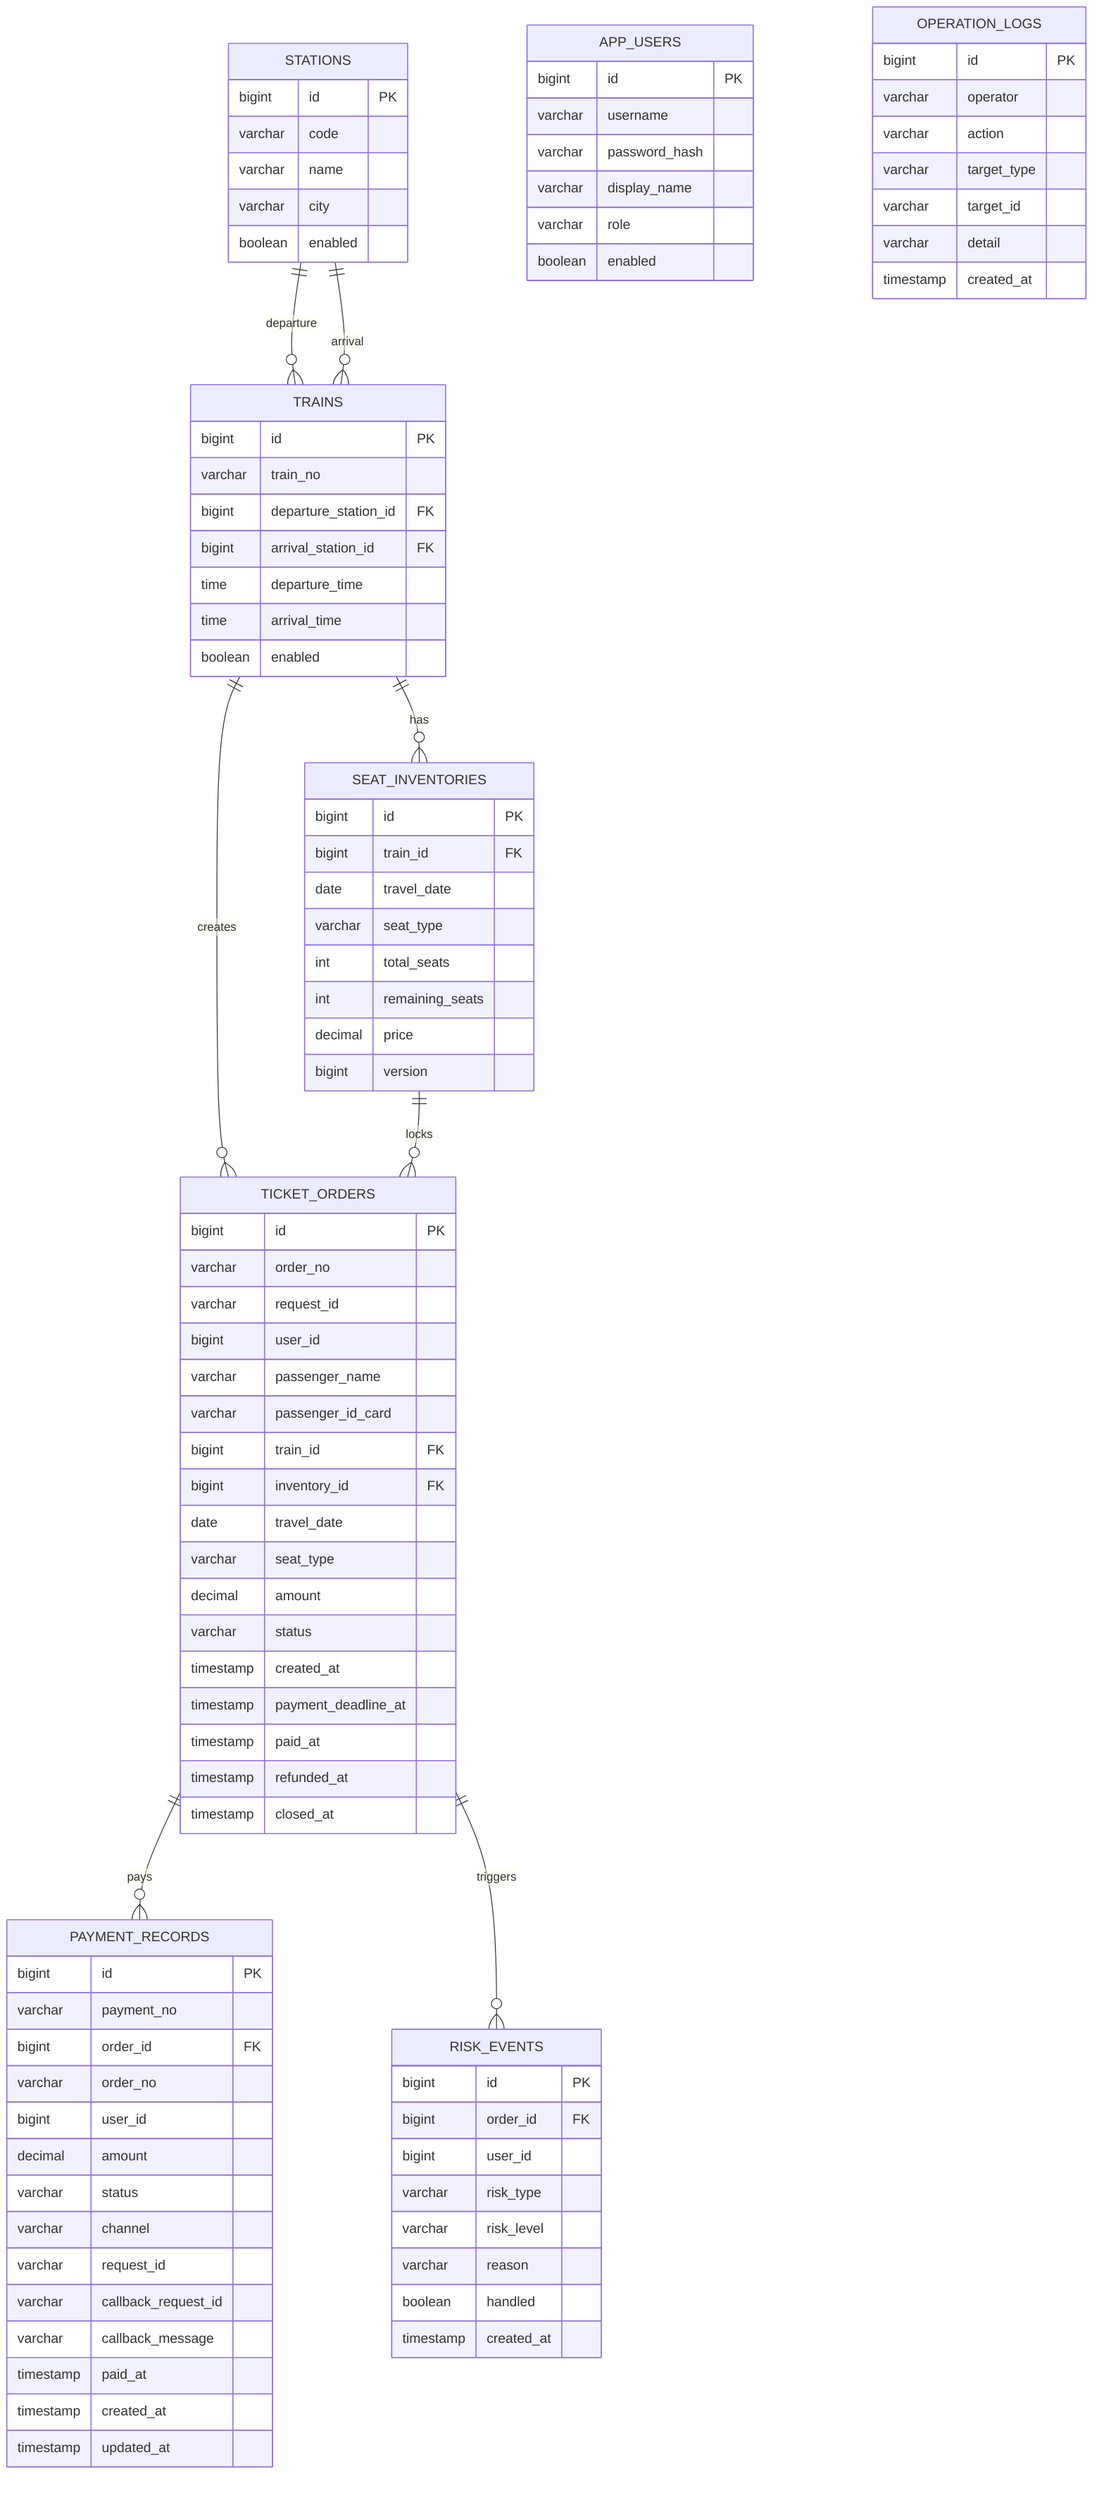
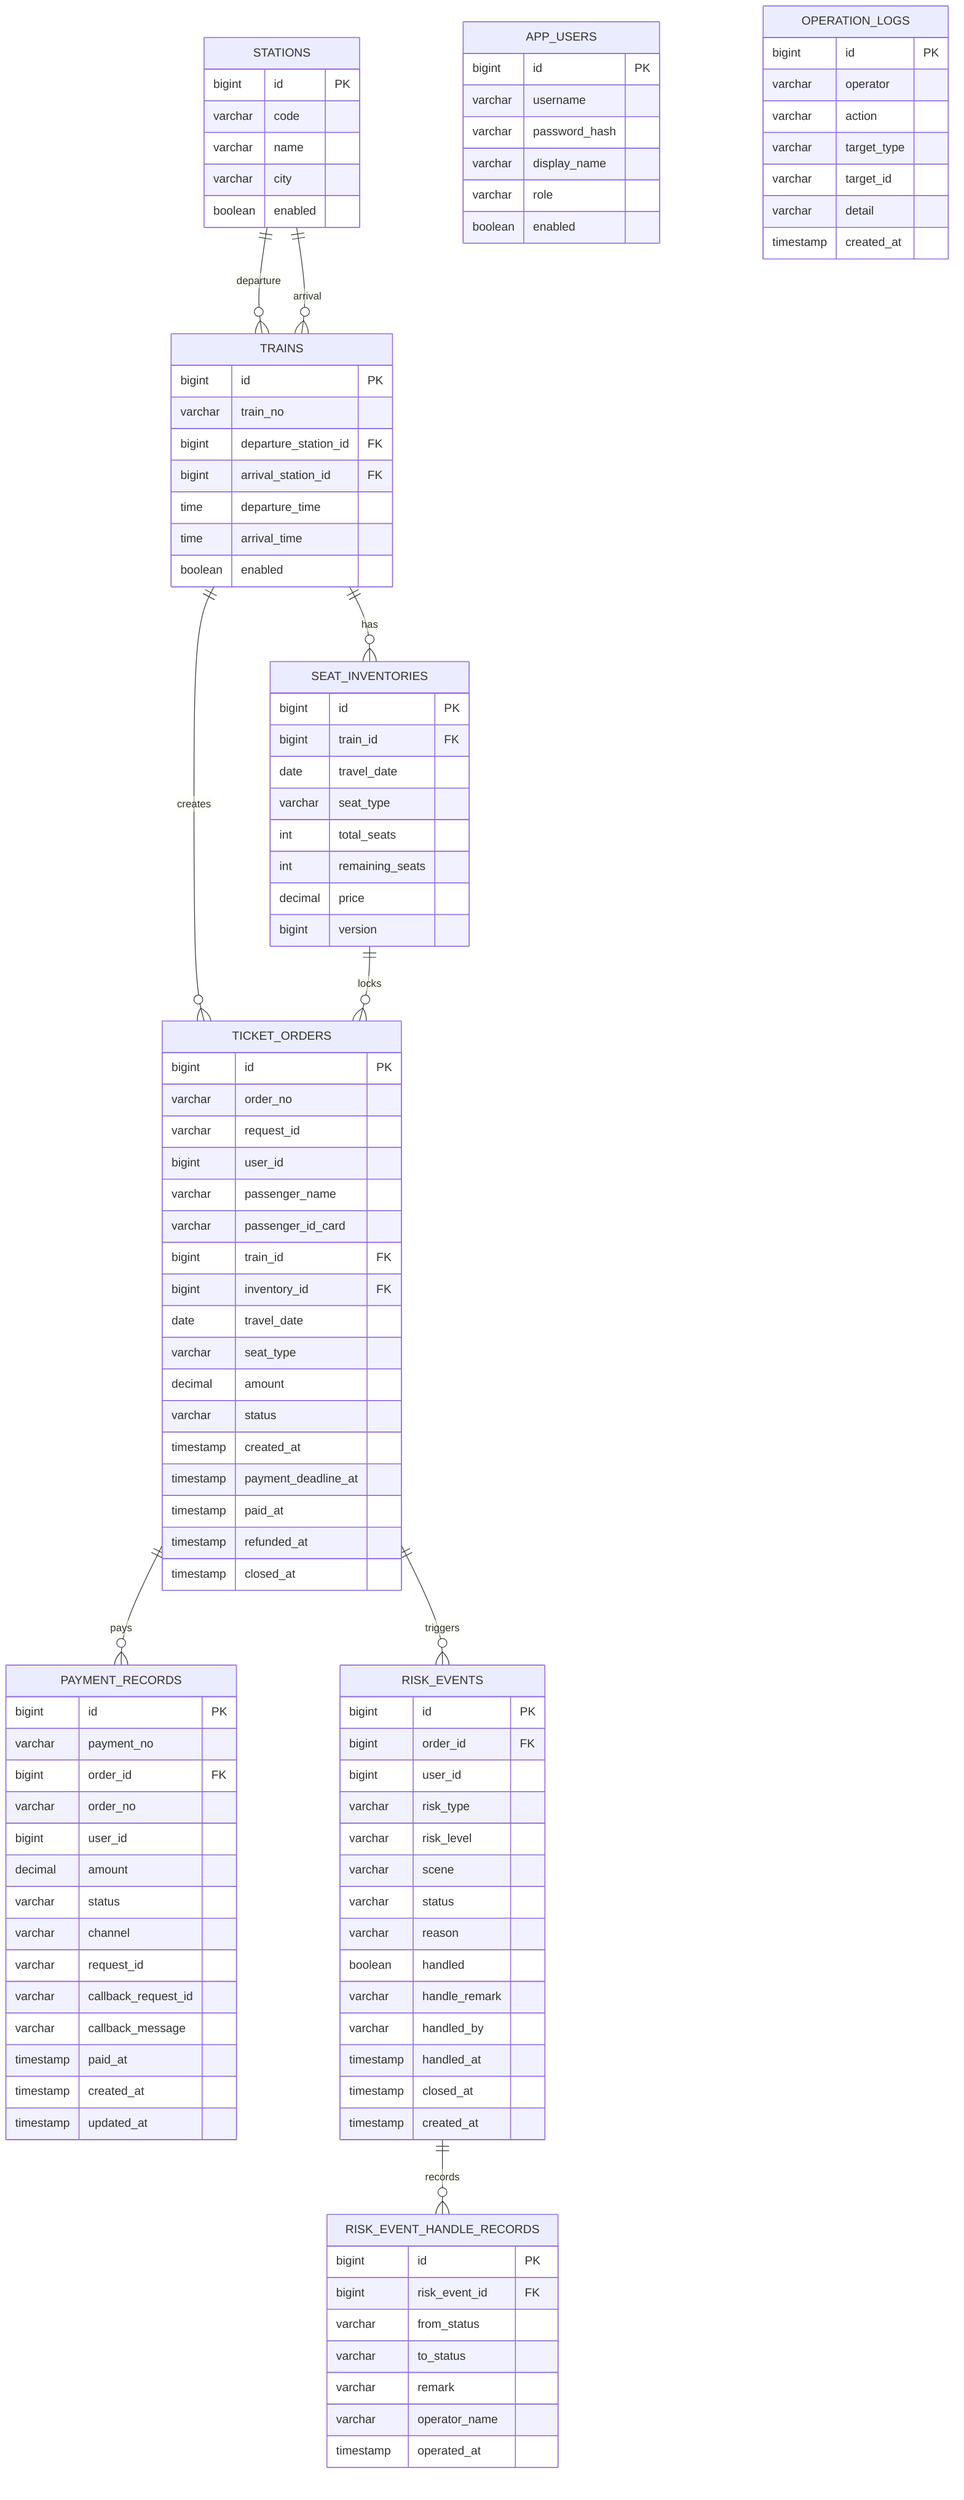
erDiagram
    STATIONS ||--o{ TRAINS : departure
    STATIONS ||--o{ TRAINS : arrival
    TRAINS ||--o{ SEAT_INVENTORIES : has
    TRAINS ||--o{ TICKET_ORDERS : creates
    SEAT_INVENTORIES ||--o{ TICKET_ORDERS : locks
    TICKET_ORDERS ||--o{ PAYMENT_RECORDS : pays
    TICKET_ORDERS ||--o{ RISK_EVENTS : triggers
+     RISK_EVENTS ||--o{ RISK_EVENT_HANDLE_RECORDS : records

    APP_USERS {
        bigint id PK
        varchar username
        varchar password_hash
        varchar display_name
        varchar role
        boolean enabled
    }

    STATIONS {
        bigint id PK
        varchar code
        varchar name
        varchar city
        boolean enabled
    }

    TRAINS {
        bigint id PK
        varchar train_no
        bigint departure_station_id FK
        bigint arrival_station_id FK
        time departure_time
        time arrival_time
        boolean enabled
    }

    SEAT_INVENTORIES {
        bigint id PK
        bigint train_id FK
        date travel_date
        varchar seat_type
        int total_seats
        int remaining_seats
        decimal price
        bigint version
    }

    TICKET_ORDERS {
        bigint id PK
        varchar order_no
        varchar request_id
        bigint user_id
        varchar passenger_name
        varchar passenger_id_card
        bigint train_id FK
        bigint inventory_id FK
        date travel_date
        varchar seat_type
        decimal amount
        varchar status
        timestamp created_at
        timestamp payment_deadline_at
        timestamp paid_at
        timestamp refunded_at
        timestamp closed_at
    }

    RISK_EVENTS {
        bigint id PK
        bigint order_id FK
        bigint user_id
        varchar risk_type
        varchar risk_level
+         varchar scene
+         varchar status
        varchar reason
        boolean handled
+         varchar handle_remark
+         varchar handled_by
+         timestamp handled_at
+         timestamp closed_at
        timestamp created_at
+     }
+ 
+     RISK_EVENT_HANDLE_RECORDS {
+         bigint id PK
+         bigint risk_event_id FK
+         varchar from_status
+         varchar to_status
+         varchar remark
+         varchar operator_name
+         timestamp operated_at
    }

    PAYMENT_RECORDS {
        bigint id PK
        varchar payment_no
        bigint order_id FK
        varchar order_no
        bigint user_id
        decimal amount
        varchar status
        varchar channel
        varchar request_id
        varchar callback_request_id
        varchar callback_message
        timestamp paid_at
        timestamp created_at
        timestamp updated_at
    }

    OPERATION_LOGS {
        bigint id PK
        varchar operator
        varchar action
        varchar target_type
        varchar target_id
        varchar detail
        timestamp created_at
    }
